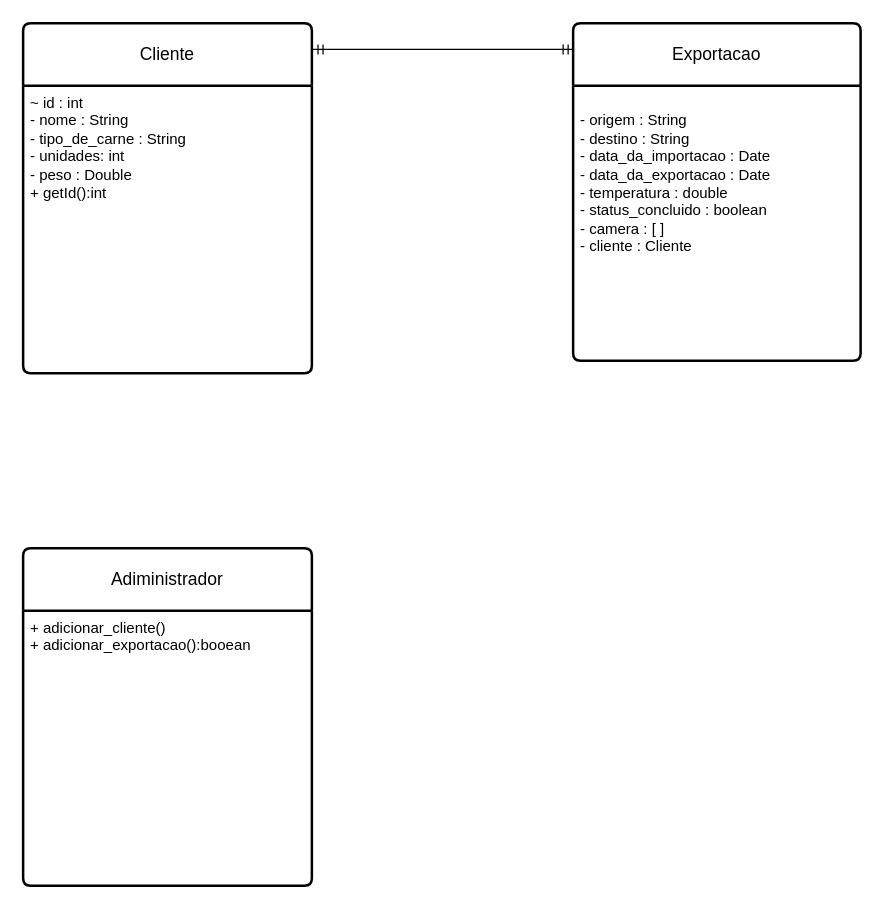
antoniofelipecruz/UML keeps this draw.io diagram as gerenciamento de caminhões/Diagrama de classe atualizado.drawio. Above is the earlier version. Source tidied: cells renumbered, new cells numbered last; positions are measured from the earlier drawing's top-left corner, leaving out a move shared by most shapes. Both pictures are drawn from the tidied source at 125%, with x=0, y=0 at pixel (22, 22).
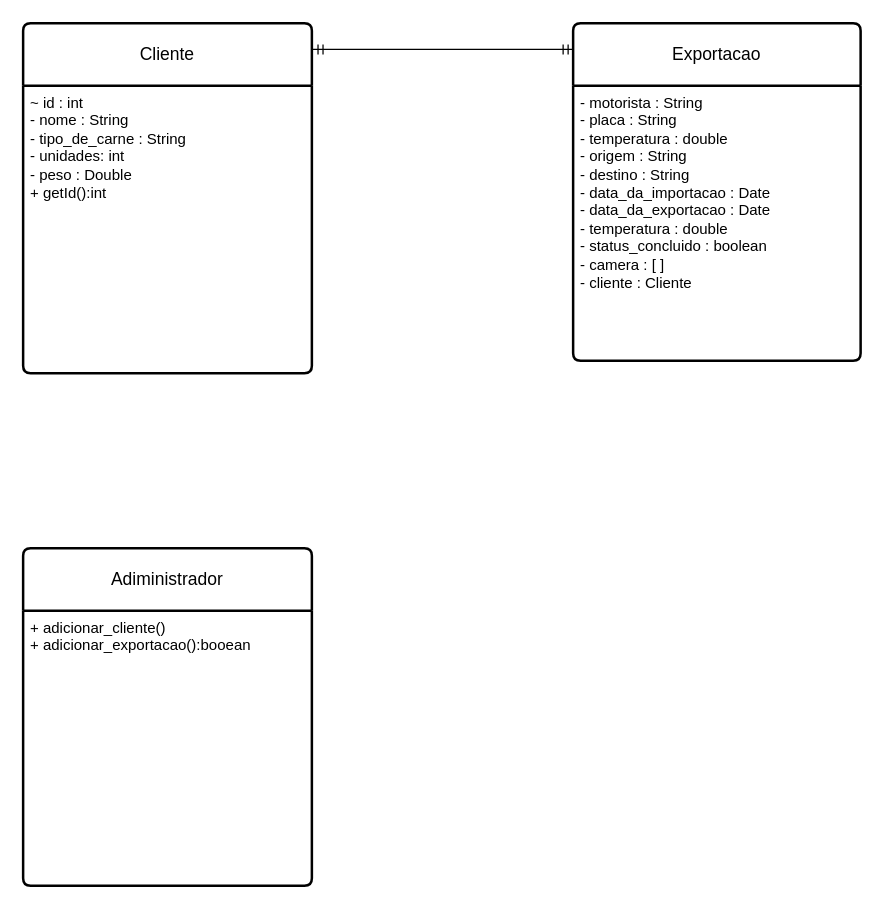
After the change.

Commit message:
Atualização do diagrama de classes.drawio

Diff of the diagram source:
```diff
@@
 <mxGraphModel>
   <root>
     <mxCell id="0" />
     <mxCell id="1" parent="0" />
     <mxCell id="2" value="Cliente" style="swimlane;horizontal=1;startSize=50;rounded=1;fontSize=14;fontStyle=0;strokeWidth=2;shadow=0;dashed=0;align=center;arcSize=4;whiteSpace=wrap;html=1;" parent="1" vertex="1">
       <mxGeometry width="231" height="280" as="geometry" />
     </mxCell>
     <mxCell id="3" value="~ id : int&lt;div&gt;- nome : String&lt;/div&gt;&lt;div&gt;- tipo_de_carne : String&lt;/div&gt;&lt;div&gt;- unidades: int&lt;/div&gt;&lt;div&gt;- peso : Double&lt;/div&gt;&lt;div&gt;+ getId():int&lt;/div&gt;&lt;div&gt;&lt;br&gt;&lt;/div&gt;" style="align=left;strokeColor=none;fillColor=none;spacingLeft=4;spacingRight=4;fontSize=12;verticalAlign=top;html=1;whiteSpace=wrap;" parent="2" vertex="1">
       <mxGeometry y="50" width="231" height="230" as="geometry" />
     </mxCell>
     <mxCell id="4" value="Adiministrador" style="swimlane;horizontal=1;startSize=50;rounded=1;fontSize=14;fontStyle=0;strokeWidth=2;shadow=0;dashed=0;align=center;arcSize=4;whiteSpace=wrap;html=1;" parent="1" vertex="1">
       <mxGeometry y="420" width="231" height="270" as="geometry" />
     </mxCell>
     <mxCell id="5" value="+ adicionar_cliente()&lt;br&gt;+ adicionar_exportacao():booean" style="align=left;strokeColor=none;fillColor=none;spacingLeft=4;spacingRight=4;fontSize=12;verticalAlign=top;html=1;whiteSpace=wrap;" parent="4" vertex="1">
       <mxGeometry y="50" width="231" height="220" as="geometry" />
     </mxCell>
     <mxCell id="6" value="Exportacao" style="swimlane;horizontal=1;startSize=50;rounded=1;fontSize=14;fontStyle=0;strokeWidth=2;shadow=0;dashed=0;align=center;arcSize=4;whiteSpace=wrap;html=1;" parent="1" vertex="1">
       <mxGeometry x="440" width="230" height="270" as="geometry" />
     </mxCell>
-    <mxCell id="7" value="&lt;div&gt;&lt;br&gt;&lt;/div&gt;&lt;div&gt;- origem : String&lt;/div&gt;&lt;div&gt;- destino : String&lt;/div&gt;&lt;div&gt;- data_da_importacao : Date&lt;/div&gt;&lt;div&gt;- data_da_exportacao : Date&lt;/div&gt;&lt;div&gt;- temperatura : double&lt;/div&gt;&lt;div&gt;- status_concluido : boolean&lt;/div&gt;&lt;div&gt;- camera : [ ]&lt;/div&gt;&lt;div&gt;- cliente : Cliente&lt;/div&gt;&lt;div&gt;&lt;br&gt;&lt;/div&gt;&lt;div&gt;&lt;br&gt;&lt;/div&gt;" style="align=left;strokeColor=none;fillColor=none;spacingLeft=4;spacingRight=4;fontSize=12;verticalAlign=top;html=1;whiteSpace=wrap;" parent="6" vertex="1">
+    <mxCell id="7" value="&lt;div&gt;- motorista : String&lt;/div&gt;&lt;div&gt;- placa : String&lt;/div&gt;&lt;div&gt;- temperatura : double&lt;/div&gt;&lt;div&gt;- origem : String&lt;/div&gt;&lt;div&gt;- destino : String&lt;/div&gt;&lt;div&gt;- data_da_importacao : Date&lt;/div&gt;&lt;div&gt;- data_da_exportacao : Date&lt;/div&gt;&lt;div&gt;- temperatura : double&lt;/div&gt;&lt;div&gt;- status_concluido : boolean&lt;/div&gt;&lt;div&gt;- camera : [ ]&lt;/div&gt;&lt;div&gt;- cliente : Cliente&lt;/div&gt;&lt;div&gt;&lt;br&gt;&lt;/div&gt;&lt;div&gt;&lt;br&gt;&lt;/div&gt;" style="align=left;strokeColor=none;fillColor=none;spacingLeft=4;spacingRight=4;fontSize=12;verticalAlign=top;html=1;whiteSpace=wrap;" parent="6" vertex="1">
       <mxGeometry y="50" width="230" height="220" as="geometry" />
     </mxCell>
     <mxCell id="8" style="edgeStyle=entityRelationEdgeStyle;fontSize=12;html=1;endArrow=ERmandOne;startArrow=ERmandOne;rounded=0;exitX=1.004;exitY=0.075;exitDx=0;exitDy=0;exitPerimeter=0;entryX=0;entryY=0.078;entryDx=0;entryDy=0;entryPerimeter=0;" parent="1" edge="1" source="2" target="6">
       <mxGeometry relative="1" as="geometry" />
     </mxCell>
   </root>
 </mxGraphModel>
```
